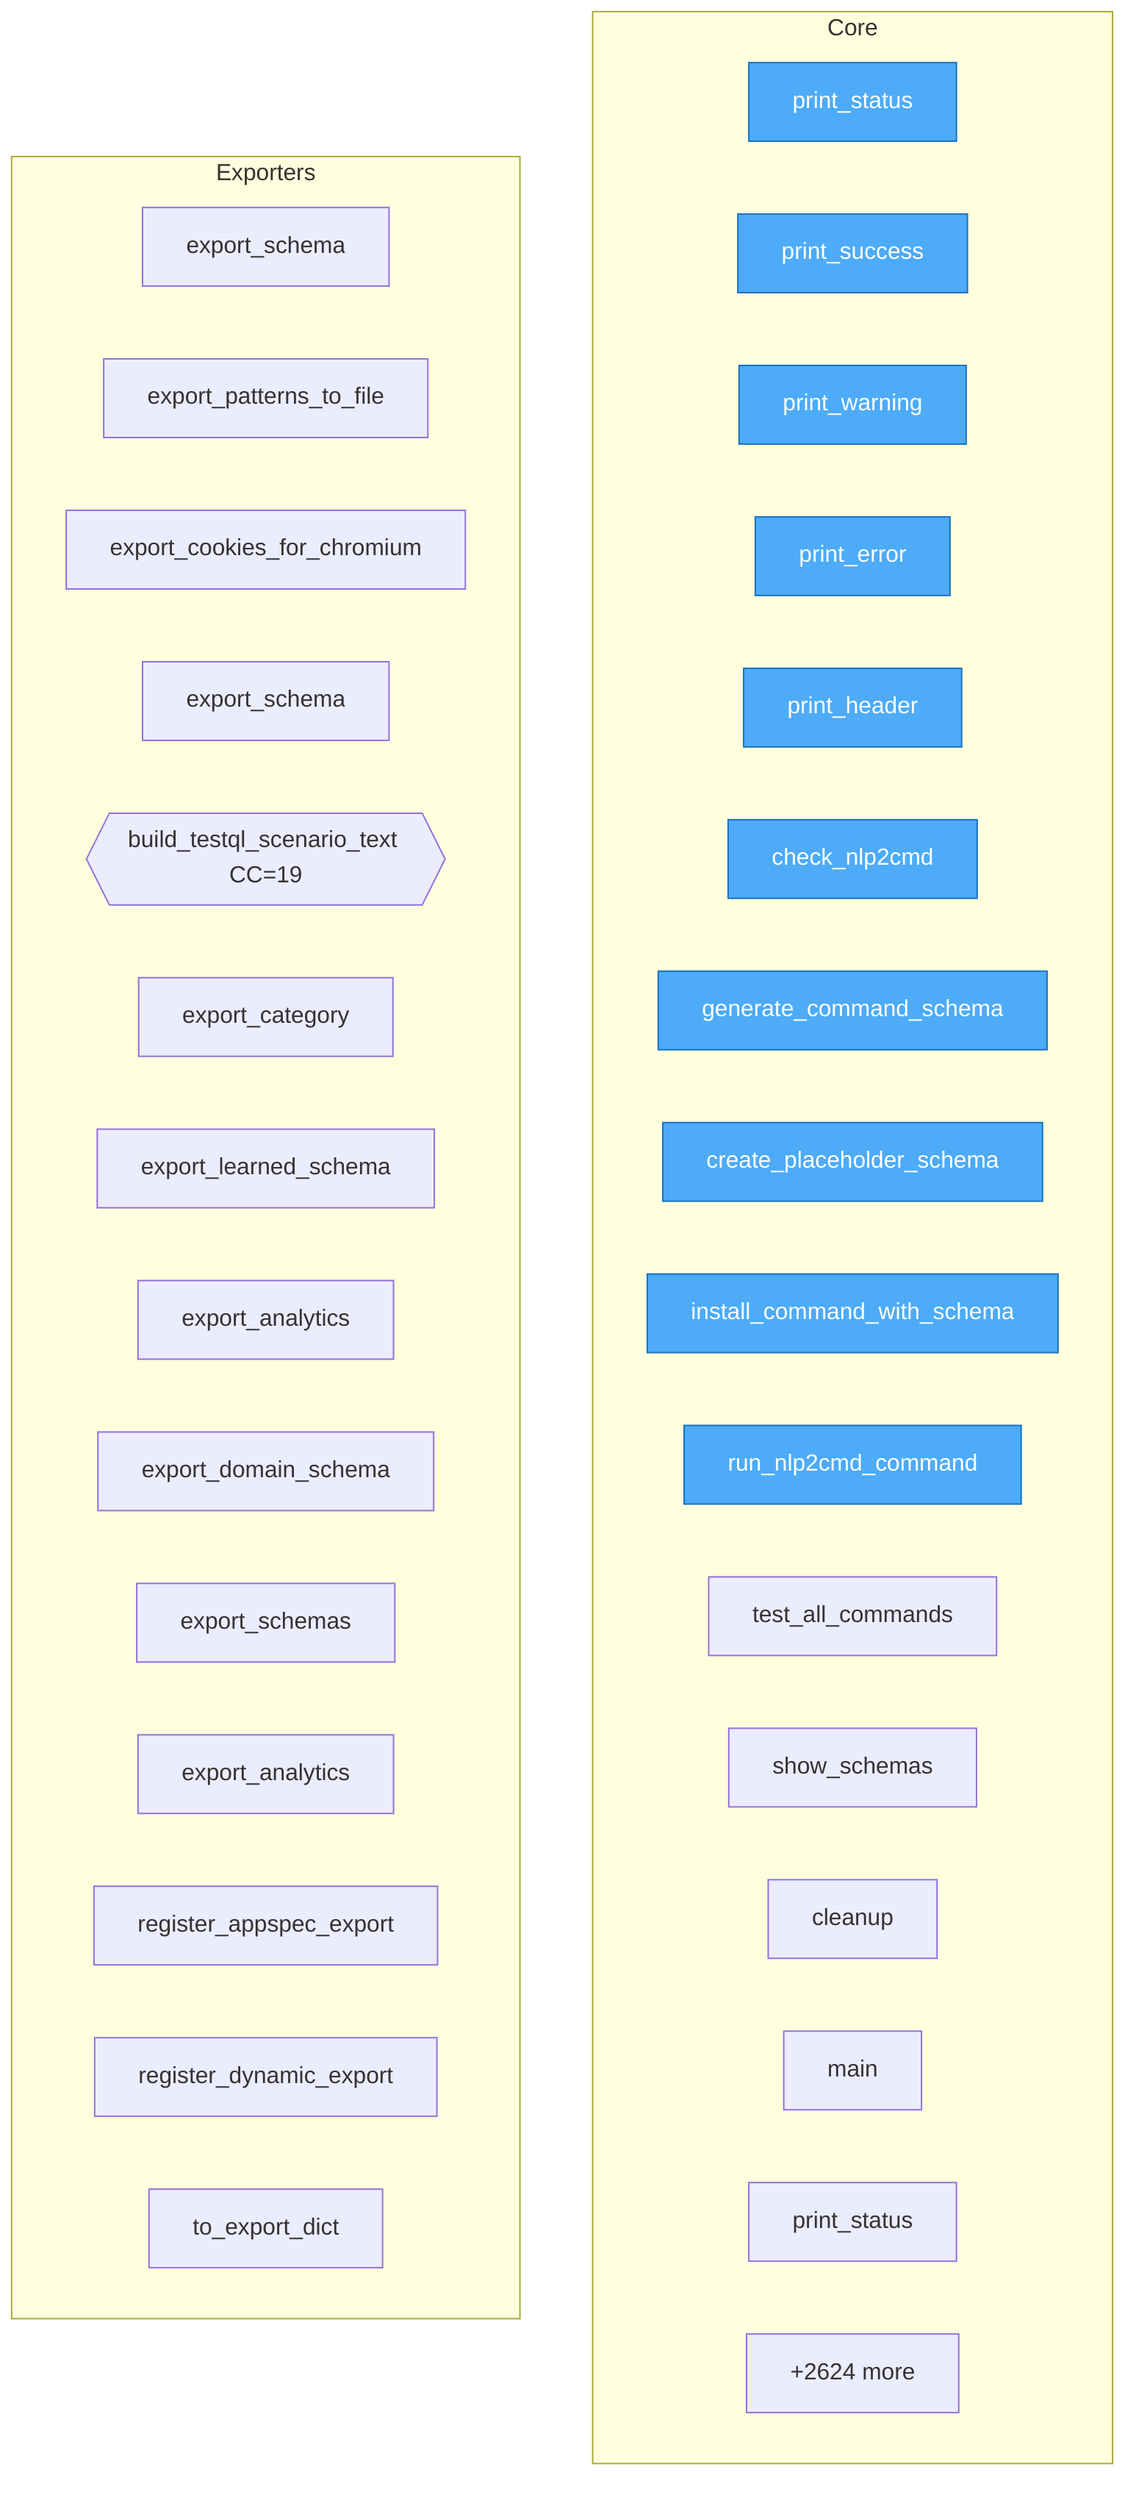
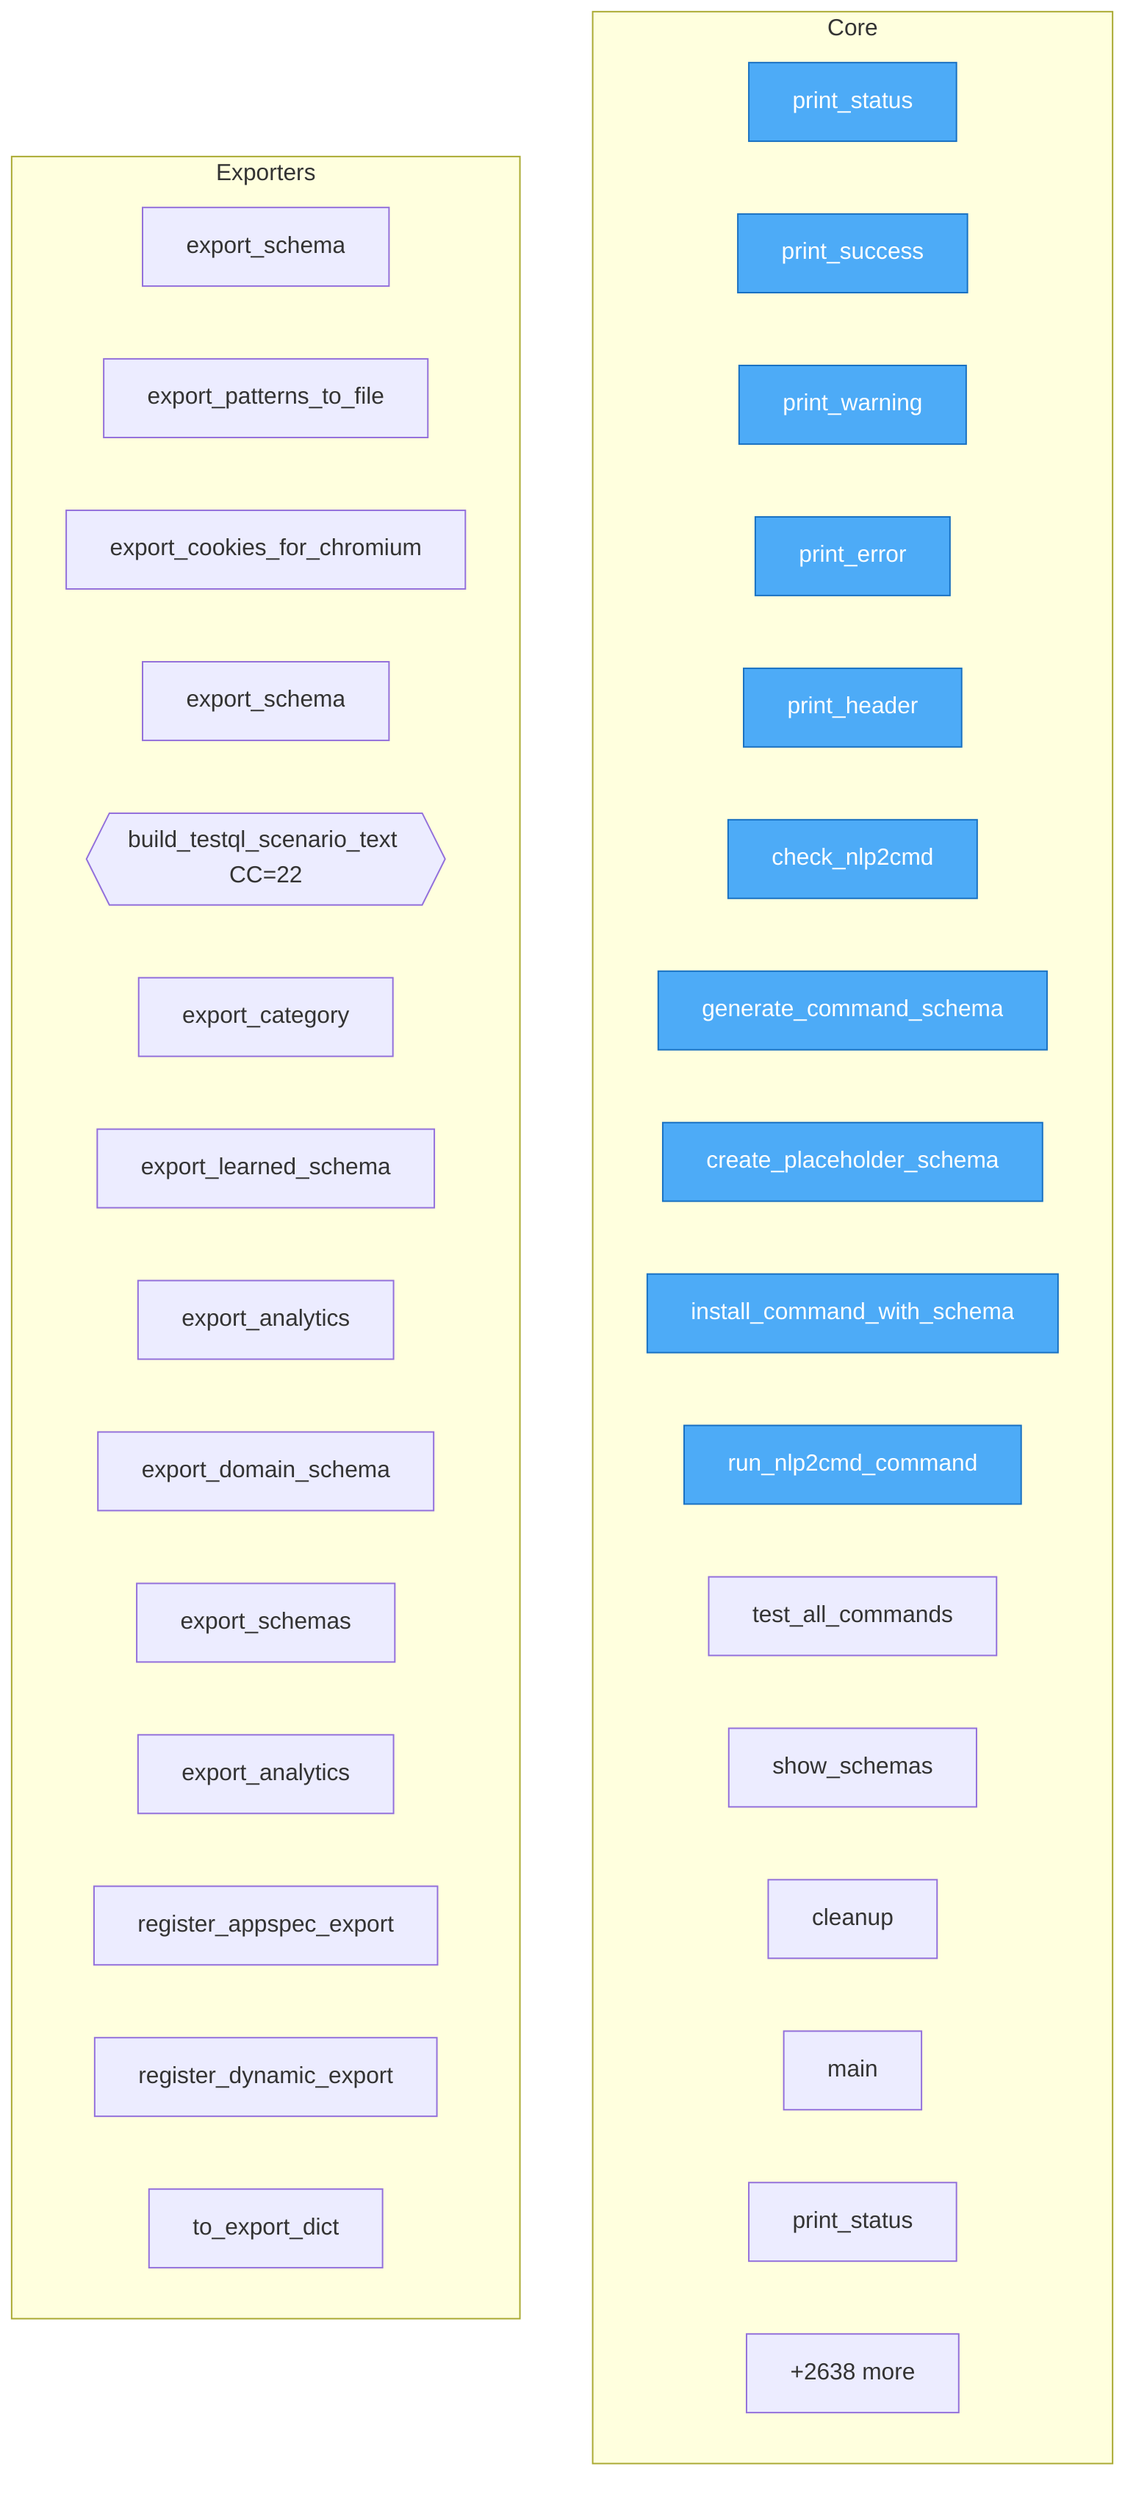
flowchart TD
- %% generated in 0.17s
+ %% generated in 0.06s

    %% Entry points (blue)
    classDef entry fill:#4dabf7,stroke:#1971c2,color:#fff

    subgraph Core
        test_nlp2cmd_enhanced__print_status["print_status"]
        test_nlp2cmd_enhanced__print_success["print_success"]
        test_nlp2cmd_enhanced__print_warning["print_warning"]
        test_nlp2cmd_enhanced__print_error["print_error"]
        test_nlp2cmd_enhanced__print_header["print_header"]
        test_nlp2cmd_enhanced__check_nlp2cmd["check_nlp2cmd"]
        test_nlp2cmd_enhanced__generate_command_schema["generate_command_schema"]
        test_nlp2cmd_enhanced__create_placeholder_schema["create_placeholder_schema"]
        test_nlp2cmd_enhanced__install_command_with_schema["install_command_with_schema"]
        test_nlp2cmd_enhanced__run_nlp2cmd_command["run_nlp2cmd_command"]
        test_nlp2cmd_enhanced__test_all_commands["test_all_commands"]
        test_nlp2cmd_enhanced__show_schemas["show_schemas"]
        test_nlp2cmd_enhanced__cleanup["cleanup"]
        test_nlp2cmd_enhanced__main["main"]
        test_nlp2cmd_commands__print_status["print_status"]
-         ...["+2624 more"]
+         ...["+2638 more"]
    end

    subgraph Exporters
        src__nlp2cmd__schemas__SchemaRegistry__export_schema["export_schema"]
        src__nlp2cmd__automation__vector_store__export_patterns_to_file["export_patterns_to_file"]
        src__nlp2cmd__automation__firefox_sessions__FirefoxSessionImporter__export_cookies_for_chromium["export_cookies_for_chromium"]
        src__nlp2cmd__generation__fuzzy_schema_matcher_class__FuzzySchemaMatcher__export_schema["export_schema"]
-         src__nlp2cmd__plan_execution__testql_export__build_testql_scenario_text{{build_testql_scenario_text CC=19}}
+         src__nlp2cmd__plan_execution__testql_export__build_testql_scenario_text{{build_testql_scenario_text CC=22}}
        src__nlp2cmd__core__toon_integration__ToonDataManager__export_category["export_category"]
        src__nlp2cmd__cli__web_schema__export_learned_schema["export_learned_schema"]
        src__nlp2cmd__cli__history__export_analytics["export_analytics"]
        src__nlp2cmd__web_schema__history__InteractionHistory__export_domain_schema["export_domain_schema"]
        src__nlp2cmd__enhanced__EnhancedNLP2CMD__export_schemas["export_schemas"]
        src__nlp2cmd__history__tracker__CommandHistory__export_analytics["export_analytics"]
        src__nlp2cmd__schema_extraction__registry__DynamicSchemaRegistry__register_appspec_export["register_appspec_export"]
        src__nlp2cmd__schema_extraction__registry__DynamicSchemaRegistry__register_dynamic_export["register_dynamic_export"]
        src__app2schema__extract__App2SchemaResult__to_export_dict["to_export_dict"]
    end

    class test_nlp2cmd_enhanced__print_status,test_nlp2cmd_enhanced__print_success,test_nlp2cmd_enhanced__print_warning,test_nlp2cmd_enhanced__print_error,test_nlp2cmd_enhanced__print_header,test_nlp2cmd_enhanced__check_nlp2cmd,test_nlp2cmd_enhanced__generate_command_schema,test_nlp2cmd_enhanced__create_placeholder_schema,test_nlp2cmd_enhanced__install_command_with_schema,test_nlp2cmd_enhanced__run_nlp2cmd_command entry
